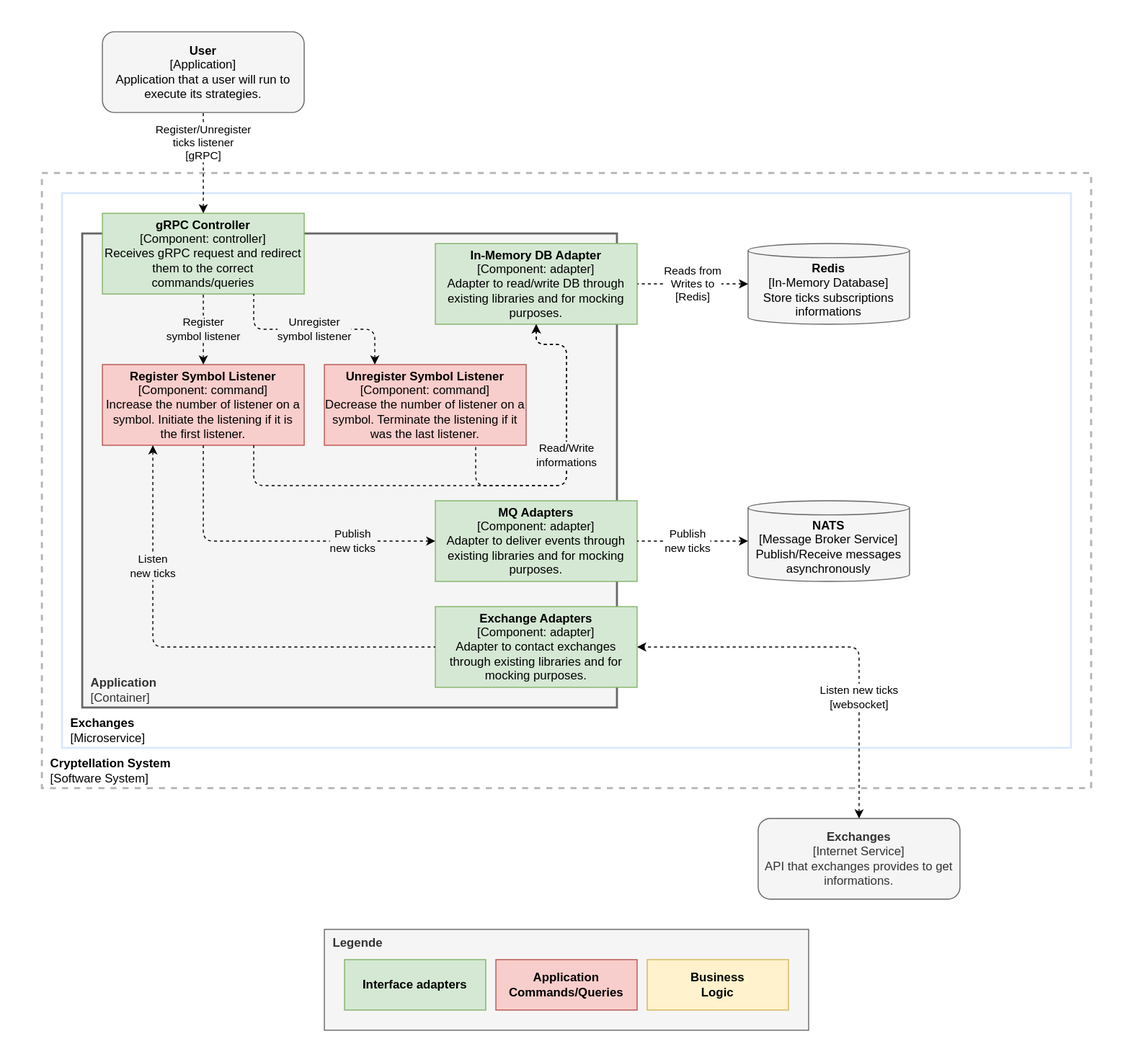
The draw.io diagram website/docs/system/ticks/component-diagram.svg in lerenn/cryptellation, before a commit. Source tidied: cells renumbered, new cells last; positions are measured from the earlier drawing's top-left corner, leaving out a move shared by most shapes. The source it was exported from:
```xml
<mxGraphModel>
  <root>
    <mxCell id="0" />
    <mxCell id="1" parent="0" />
    <mxCell id="2" style="rounded=1;whiteSpace=wrap;html=1;labelBackgroundColor=none;strokeColor=none;strokeWidth=2;fillColor=default;" parent="1" vertex="1">
      <mxGeometry width="1120" height="1050" as="geometry" />
    </mxCell>
    <mxCell id="3" value="&lt;b style=&quot;&quot;&gt;&amp;nbsp; Cryptellation System&lt;br&gt;&amp;nbsp;&amp;nbsp;&lt;/b&gt;&lt;span style=&quot;&quot;&gt;[Software System]&lt;/span&gt;" style="rounded=0;whiteSpace=wrap;html=1;fillColor=none;dashed=1;strokeWidth=2;strokeColor=#B3B3B3;align=left;verticalAlign=bottom;" parent="1" vertex="1">
      <mxGeometry x="40" y="170" width="1040" height="610" as="geometry" />
    </mxCell>
    <mxCell id="4" value="&amp;nbsp; &lt;b&gt;Exchanges&lt;/b&gt;&lt;br&gt;&amp;nbsp; [Microservice]" style="rounded=0;whiteSpace=wrap;html=1;labelBackgroundColor=none;strokeColor=#DAE8FC;strokeWidth=2;fillColor=none;verticalAlign=bottom;align=left;" parent="1" vertex="1">
      <mxGeometry x="60" y="190" width="1000" height="550" as="geometry" />
    </mxCell>
    <mxCell id="5" value="&amp;nbsp; &lt;b&gt;Application&lt;/b&gt;&lt;br&gt;&amp;nbsp; [Container]" style="rounded=0;whiteSpace=wrap;html=1;labelBackgroundColor=none;strokeColor=#666666;strokeWidth=2;fillColor=#f5f5f5;verticalAlign=bottom;align=left;fontColor=#333333;" parent="1" vertex="1">
      <mxGeometry x="80" y="230" width="530" height="470" as="geometry" />
    </mxCell>
    <mxCell id="6" value="&lt;b&gt;gRPC Controller&lt;/b&gt;&lt;br&gt;[Component: controller]&lt;br&gt;Receives gRPC request and redirect them to the correct commands/queries" style="rounded=0;whiteSpace=wrap;html=1;fillColor=#d5e8d4;strokeColor=#82b366;" parent="1" vertex="1">
      <mxGeometry x="100" y="210" width="200" height="80" as="geometry" />
    </mxCell>
    <mxCell id="7" value="&lt;b style=&quot;color: rgb(0 , 0 , 0)&quot;&gt;Redis&lt;/b&gt;&lt;br style=&quot;color: rgb(0 , 0 , 0)&quot;&gt;&lt;span style=&quot;color: rgb(0 , 0 , 0)&quot;&gt;[In-Memory Database]&lt;/span&gt;&lt;br style=&quot;color: rgb(0 , 0 , 0)&quot;&gt;&lt;span style=&quot;color: rgb(0 , 0 , 0)&quot;&gt;Store ticks subscriptions informations&lt;/span&gt;" style="shape=cylinder3;whiteSpace=wrap;html=1;boundedLbl=1;backgroundOutline=1;size=7;fillColor=#f5f5f5;strokeColor=#666666;fontColor=#333333;" parent="1" vertex="1">
      <mxGeometry x="740" y="240" width="160" height="80" as="geometry" />
    </mxCell>
    <mxCell id="8" value="&lt;b style=&quot;color: rgb(51 , 51 , 51)&quot;&gt;Exchanges&lt;/b&gt;&lt;br style=&quot;color: rgb(51 , 51 , 51)&quot;&gt;&lt;span style=&quot;color: rgb(51 , 51 , 51)&quot;&gt;[Internet Service]&lt;/span&gt;&lt;br style=&quot;color: rgb(51 , 51 , 51)&quot;&gt;&lt;span style=&quot;color: rgb(51 , 51 , 51)&quot;&gt;API that exchanges provides to get informations.&lt;/span&gt;" style="rounded=1;whiteSpace=wrap;html=1;fillColor=#f5f5f5;fontColor=#333333;strokeColor=#666666;" parent="1" vertex="1">
      <mxGeometry x="750" y="810" width="200" height="80" as="geometry" />
    </mxCell>
    <mxCell id="9" value="&lt;font face=&quot;helvetica&quot;&gt;Listen new ticks&lt;br&gt;[websocket]&lt;br&gt;&lt;/font&gt;" style="endArrow=classic;dashed=1;html=1;exitX=0.5;exitY=0;exitDx=0;exitDy=0;entryX=1;entryY=0.5;entryDx=0;entryDy=0;edgeStyle=orthogonalEdgeStyle;startArrow=classic;startFill=1;endFill=1;" parent="1" edge="1" source="8" target="13">
      <mxGeometry x="-0.38" relative="1" as="geometry" />
    </mxCell>
    <mxCell id="10" value="&lt;font face=&quot;helvetica&quot;&gt;Reads from&lt;br&gt;Writes to&lt;br&gt;[Redis]&lt;br&gt;&lt;/font&gt;" style="endArrow=none;dashed=1;html=1;exitX=0;exitY=0.5;exitDx=0;exitDy=0;entryX=1;entryY=0.5;entryDx=0;entryDy=0;edgeStyle=orthogonalEdgeStyle;startArrow=classic;startFill=1;exitPerimeter=0;" parent="1" edge="1" source="7" target="14">
      <mxGeometry relative="1" as="geometry" />
    </mxCell>
    <mxCell id="11" value="&lt;b style=&quot;color: rgb(0 , 0 , 0) ; font-family: &amp;#34;helvetica&amp;#34; ; font-size: 12px ; font-style: normal ; letter-spacing: normal ; text-align: center ; text-indent: 0px ; text-transform: none ; word-spacing: 0px&quot;&gt;User&lt;/b&gt;&lt;br style=&quot;color: rgb(0 , 0 , 0) ; font-family: &amp;#34;helvetica&amp;#34; ; font-size: 12px ; font-style: normal ; font-weight: 400 ; letter-spacing: normal ; text-align: center ; text-indent: 0px ; text-transform: none ; word-spacing: 0px&quot;&gt;&lt;span style=&quot;color: rgb(0 , 0 , 0) ; font-family: &amp;#34;helvetica&amp;#34; ; font-size: 12px ; font-style: normal ; font-weight: 400 ; letter-spacing: normal ; text-align: center ; text-indent: 0px ; text-transform: none ; word-spacing: 0px ; display: inline ; float: none&quot;&gt;[Application]&lt;/span&gt;&lt;br style=&quot;color: rgb(0 , 0 , 0) ; font-family: &amp;#34;helvetica&amp;#34; ; font-size: 12px ; font-style: normal ; font-weight: 400 ; letter-spacing: normal ; text-align: center ; text-indent: 0px ; text-transform: none ; word-spacing: 0px&quot;&gt;&lt;span style=&quot;color: rgb(0 , 0 , 0) ; font-family: &amp;#34;helvetica&amp;#34; ; font-size: 12px ; font-style: normal ; font-weight: 400 ; letter-spacing: normal ; text-align: center ; text-indent: 0px ; text-transform: none ; word-spacing: 0px ; display: inline ; float: none&quot;&gt;Application that a user will run to execute its strategies.&lt;/span&gt;" style="rounded=1;whiteSpace=wrap;html=1;strokeColor=#666666;strokeWidth=1;fillColor=#f5f5f5;fontColor=#333333;" parent="1" vertex="1">
      <mxGeometry x="100" y="30" width="200" height="80" as="geometry" />
    </mxCell>
    <mxCell id="12" value="&lt;font face=&quot;helvetica&quot;&gt;Register/Unregister&lt;br&gt;ticks listener&lt;br&gt;[gRPC]&lt;br&gt;&lt;/font&gt;" style="endArrow=none;dashed=1;html=1;entryX=0.5;entryY=1;entryDx=0;entryDy=0;edgeStyle=orthogonalEdgeStyle;startArrow=classic;startFill=1;exitX=0.5;exitY=0;exitDx=0;exitDy=0;" parent="1" edge="1" source="6" target="11">
      <mxGeometry x="0.4" relative="1" as="geometry" />
    </mxCell>
    <mxCell id="13" value="&lt;b&gt;Exchange Adapters&lt;/b&gt;&lt;br&gt;[Component: adapter]&lt;br&gt;Adapter to contact exchanges through existing libraries and for mocking purposes." style="rounded=0;whiteSpace=wrap;html=1;fillColor=#d5e8d4;strokeColor=#82b366;" parent="1" vertex="1">
      <mxGeometry x="430" y="600" width="200" height="80" as="geometry" />
    </mxCell>
    <mxCell id="14" value="&lt;b&gt;In-Memory DB Adapter&lt;/b&gt;&lt;br&gt;[Component: adapter]&lt;br&gt;Adapter to read/write DB through existing libraries and for mocking purposes." style="rounded=0;whiteSpace=wrap;html=1;fillColor=#d5e8d4;strokeColor=#82b366;" parent="1" vertex="1">
      <mxGeometry x="430" y="240" width="200" height="80" as="geometry" />
    </mxCell>
    <mxCell id="15" value="&lt;b&gt;Register Symbol Listener&lt;/b&gt;&lt;br&gt;[Component: command]&lt;br&gt;Increase the number of listener on a symbol. Initiate the listening if it is the first listener." style="rounded=0;whiteSpace=wrap;html=1;fillColor=#f8cecc;strokeColor=#b85450;" parent="1" vertex="1">
      <mxGeometry x="100" y="360" width="200" height="80" as="geometry" />
    </mxCell>
    <mxCell id="16" value="&lt;font face=&quot;helvetica&quot;&gt;Register&lt;br&gt;symbol listener&lt;br&gt;&lt;/font&gt;" style="endArrow=none;dashed=1;html=1;edgeStyle=orthogonalEdgeStyle;startArrow=classic;startFill=1;exitX=0.5;exitY=0;exitDx=0;exitDy=0;entryX=0.5;entryY=1;entryDx=0;entryDy=0;labelBackgroundColor=#F5F5F5;" parent="1" edge="1" source="15" target="6">
      <mxGeometry relative="1" as="geometry" />
    </mxCell>
    <mxCell id="17" value="&lt;font face=&quot;helvetica&quot;&gt;&lt;br&gt;&lt;/font&gt;" style="endArrow=none;dashed=1;html=1;edgeStyle=orthogonalEdgeStyle;startArrow=classic;startFill=1;entryX=0.75;entryY=1;entryDx=0;entryDy=0;labelBackgroundColor=#F5F5F5;exitX=0.5;exitY=1;exitDx=0;exitDy=0;" parent="1" edge="1" source="14" target="15">
      <mxGeometry relative="1" as="geometry">
        <Array as="points">
          <mxPoint x="530" y="340" />
          <mxPoint x="560" y="340" />
          <mxPoint x="560" y="480" />
          <mxPoint x="250" y="480" />
        </Array>
      </mxGeometry>
    </mxCell>
    <mxCell id="18" value="&lt;font face=&quot;helvetica&quot;&gt;Read/Write&lt;br&gt;informations&lt;br&gt;&lt;/font&gt;" style="endArrow=none;dashed=1;html=1;edgeStyle=orthogonalEdgeStyle;startArrow=classic;startFill=1;entryX=0.75;entryY=1;entryDx=0;entryDy=0;labelBackgroundColor=#F5F5F5;exitX=0.5;exitY=1;exitDx=0;exitDy=0;" parent="1" edge="1" source="14" target="23">
      <mxGeometry relative="1" as="geometry">
        <Array as="points">
          <mxPoint x="530" y="340" />
          <mxPoint x="560" y="340" />
          <mxPoint x="560" y="480" />
          <mxPoint x="470" y="480" />
        </Array>
      </mxGeometry>
    </mxCell>
    <mxCell id="19" value="&lt;b&gt;&amp;nbsp; Legende&lt;/b&gt;" style="rounded=0;whiteSpace=wrap;html=1;fillColor=#f5f5f5;fontColor=#333333;strokeColor=#666666;align=left;verticalAlign=top;" parent="1" vertex="1">
      <mxGeometry x="320" y="920" width="480" height="100" as="geometry" />
    </mxCell>
    <mxCell id="20" value="&lt;b&gt;Interface adapters&lt;/b&gt;" style="rounded=0;whiteSpace=wrap;html=1;fillColor=#d5e8d4;strokeColor=#82b366;" parent="1" vertex="1">
      <mxGeometry x="340" y="950" width="140" height="50" as="geometry" />
    </mxCell>
    <mxCell id="21" value="&lt;b&gt;Business&lt;br&gt;Logic&lt;br&gt;&lt;/b&gt;" style="rounded=0;whiteSpace=wrap;html=1;fillColor=#fff2cc;strokeColor=#d6b656;" parent="1" vertex="1">
      <mxGeometry x="640" y="950" width="140" height="50" as="geometry" />
    </mxCell>
    <mxCell id="22" value="&lt;b&gt;Application&lt;br&gt;Commands/Queries&lt;br&gt;&lt;/b&gt;" style="rounded=0;whiteSpace=wrap;html=1;fillColor=#f8cecc;strokeColor=#b85450;" parent="1" vertex="1">
      <mxGeometry x="490" y="950" width="140" height="50" as="geometry" />
    </mxCell>
    <mxCell id="23" value="&lt;b&gt;Unregister Symbol Listener&lt;/b&gt;&lt;br&gt;[Component: command]&lt;br&gt;Decrease the number of listener on a symbol. Terminate the listening if it was the last listener." style="rounded=0;whiteSpace=wrap;html=1;fillColor=#f8cecc;strokeColor=#b85450;" parent="1" vertex="1">
      <mxGeometry x="320" y="360" width="200" height="80" as="geometry" />
    </mxCell>
    <mxCell id="24" value="&lt;font face=&quot;helvetica&quot;&gt;Unregister&lt;br&gt;symbol listener&lt;br&gt;&lt;/font&gt;" style="endArrow=none;dashed=1;html=1;edgeStyle=orthogonalEdgeStyle;startArrow=classic;startFill=1;exitX=0.25;exitY=0;exitDx=0;exitDy=0;entryX=0.75;entryY=1;entryDx=0;entryDy=0;labelBackgroundColor=#F5F5F5;" parent="1" edge="1" source="23" target="6">
      <mxGeometry relative="1" as="geometry" />
    </mxCell>
    <mxCell id="25" value="&lt;font face=&quot;helvetica&quot;&gt;Listen&lt;br&gt;new ticks&lt;br&gt;&lt;/font&gt;" style="endArrow=none;dashed=1;html=1;exitX=0.25;exitY=1;exitDx=0;exitDy=0;entryX=0;entryY=0.5;entryDx=0;entryDy=0;edgeStyle=orthogonalEdgeStyle;startArrow=classic;startFill=1;labelBackgroundColor=#F5F5F5;" parent="1" edge="1" source="15" target="13">
      <mxGeometry x="-0.5" relative="1" as="geometry" />
    </mxCell>
    <mxCell id="26" value="&lt;b&gt;MQ Adapters&lt;/b&gt;&lt;br&gt;[Component: adapter]&lt;br&gt;Adapter to deliver events through existing libraries and for mocking purposes." style="rounded=0;whiteSpace=wrap;html=1;fillColor=#d5e8d4;strokeColor=#82b366;" parent="1" vertex="1">
      <mxGeometry x="430" y="495" width="200" height="80" as="geometry" />
    </mxCell>
    <mxCell id="27" value="&lt;font face=&quot;helvetica&quot;&gt;Publish&lt;br&gt;new ticks&lt;br&gt;&lt;/font&gt;" style="endArrow=none;dashed=1;html=1;exitX=0;exitY=0.5;exitDx=0;exitDy=0;entryX=0.5;entryY=1;entryDx=0;entryDy=0;edgeStyle=orthogonalEdgeStyle;startArrow=classic;startFill=1;labelBackgroundColor=#F5F5F5;" parent="1" edge="1" source="26" target="15">
      <mxGeometry x="-0.5" relative="1" as="geometry" />
    </mxCell>
    <mxCell id="28" value="&lt;b style=&quot;color: rgb(0 , 0 , 0)&quot;&gt;NATS&lt;/b&gt;&lt;br style=&quot;color: rgb(0 , 0 , 0)&quot;&gt;&lt;span style=&quot;color: rgb(0 , 0 , 0)&quot;&gt;[Message Broker Service]&lt;/span&gt;&lt;br style=&quot;color: rgb(0 , 0 , 0)&quot;&gt;&lt;span style=&quot;color: rgb(0 , 0 , 0)&quot;&gt;Publish/Receive messages asynchronously&lt;/span&gt;" style="shape=cylinder3;whiteSpace=wrap;html=1;boundedLbl=1;backgroundOutline=1;size=7;fillColor=#f5f5f5;strokeColor=#666666;fontColor=#333333;" parent="1" vertex="1">
      <mxGeometry x="740" y="495" width="160" height="80" as="geometry" />
    </mxCell>
    <mxCell id="29" value="&lt;font face=&quot;helvetica&quot;&gt;Publish&lt;br&gt;new ticks&lt;br&gt;&lt;/font&gt;" style="endArrow=none;dashed=1;html=1;entryX=1;entryY=0.5;entryDx=0;entryDy=0;edgeStyle=orthogonalEdgeStyle;startArrow=classic;startFill=1;labelBackgroundColor=#FFFFFF;" parent="1" edge="1" source="28" target="26">
      <mxGeometry x="0.09" relative="1" as="geometry" />
    </mxCell>
  </root>
</mxGraphModel>
```
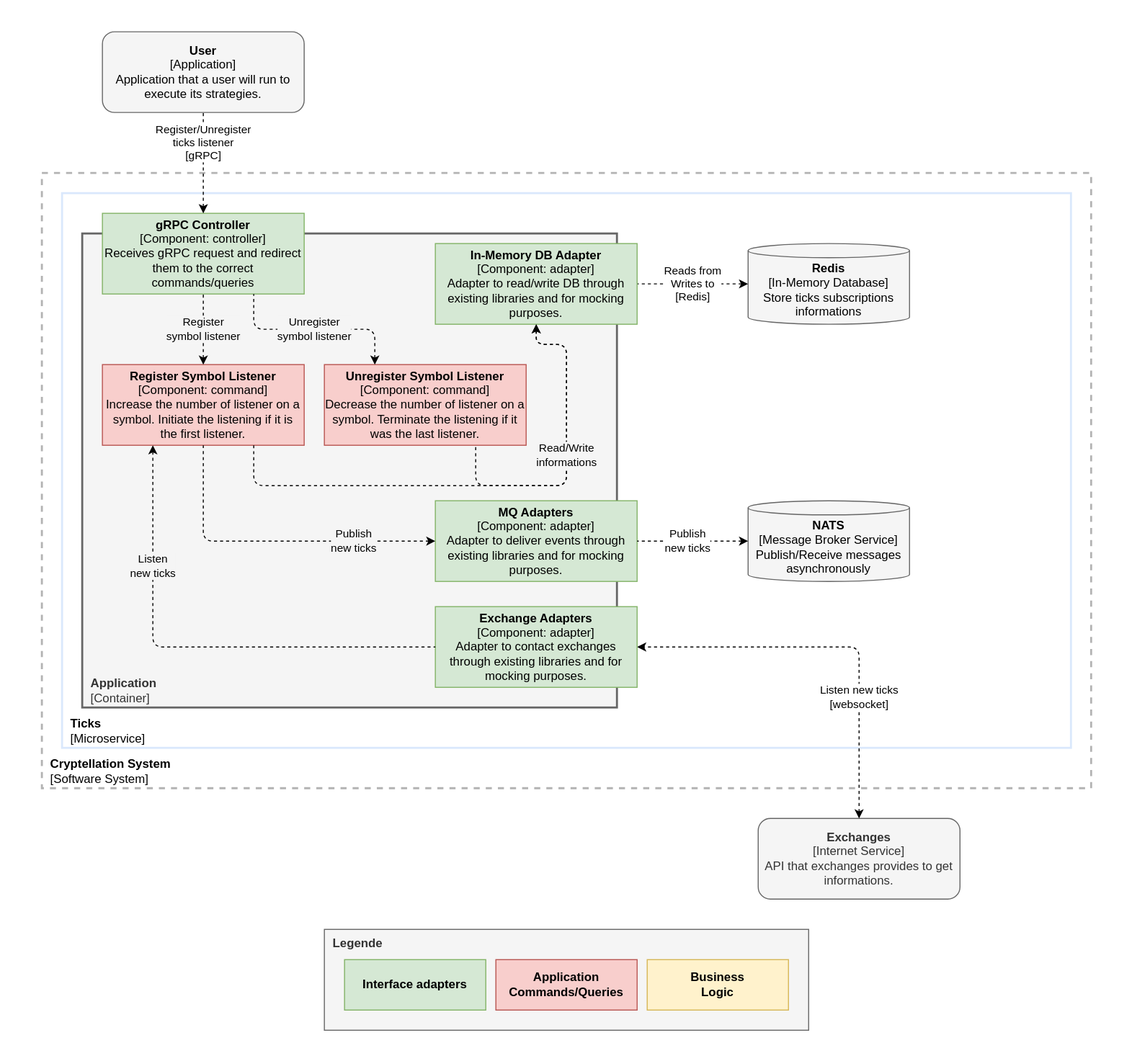
After the change.

Commit message:
correct diagrams names

Diff of the diagram source:
```diff
@@ -8,7 +8,7 @@
     <mxCell id="3" value="&lt;b style=&quot;&quot;&gt;&amp;nbsp; Cryptellation System&lt;br&gt;&amp;nbsp;&amp;nbsp;&lt;/b&gt;&lt;span style=&quot;&quot;&gt;[Software System]&lt;/span&gt;" style="rounded=0;whiteSpace=wrap;html=1;fillColor=none;dashed=1;strokeWidth=2;strokeColor=#B3B3B3;align=left;verticalAlign=bottom;" parent="1" vertex="1">
       <mxGeometry x="40" y="170" width="1040" height="610" as="geometry" />
     </mxCell>
-    <mxCell id="4" value="&amp;nbsp; &lt;b&gt;Exchanges&lt;/b&gt;&lt;br&gt;&amp;nbsp; [Microservice]" style="rounded=0;whiteSpace=wrap;html=1;labelBackgroundColor=none;strokeColor=#DAE8FC;strokeWidth=2;fillColor=none;verticalAlign=bottom;align=left;" parent="1" vertex="1">
+    <mxCell id="4" value="&amp;nbsp; &lt;b&gt;Ticks&lt;/b&gt;&lt;br&gt;&amp;nbsp; [Microservice]" style="rounded=0;whiteSpace=wrap;html=1;labelBackgroundColor=none;strokeColor=#DAE8FC;strokeWidth=2;fillColor=none;verticalAlign=bottom;align=left;" parent="1" vertex="1">
       <mxGeometry x="60" y="190" width="1000" height="550" as="geometry" />
     </mxCell>
     <mxCell id="5" value="&amp;nbsp; &lt;b&gt;Application&lt;/b&gt;&lt;br&gt;&amp;nbsp; [Container]" style="rounded=0;whiteSpace=wrap;html=1;labelBackgroundColor=none;strokeColor=#666666;strokeWidth=2;fillColor=#f5f5f5;verticalAlign=bottom;align=left;fontColor=#333333;" parent="1" vertex="1">
```
